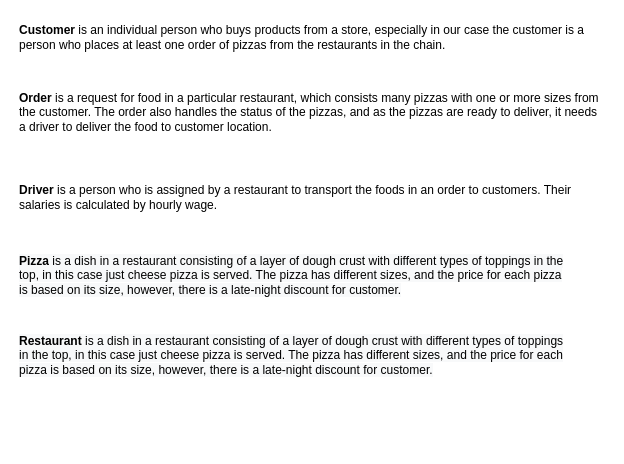
Before: page "Description" (2 of 4) of Project01.drawio in thanhnguyen210299/CSULB-CECS-323, a draw.io diagram. Source tidied: cells renumbered, new cells numbered last; positions are measured from the earlier drawing's top-left corner, leaving out a move shared by most shapes. Both pictures are drawn from the tidied source at 100%, with x=0, y=0 at pixel (17, 17).
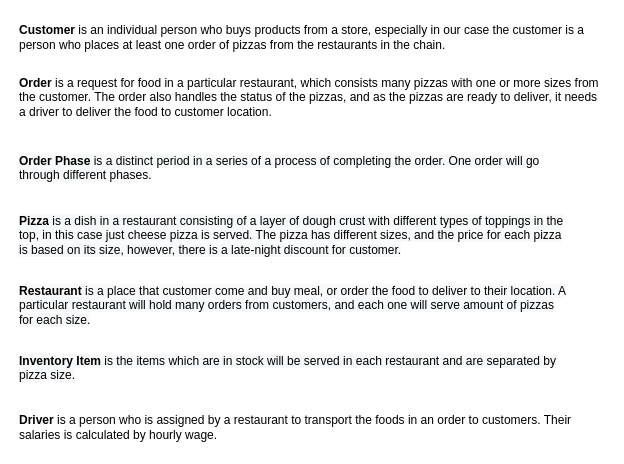
The same diagram, later.

The edit, as a diff of the source:
```diff
@@
 <mxGraphModel>
   <root>
     <mxCell id="0" />
     <mxCell id="1" parent="0" />
     <mxCell id="2" value="&lt;b&gt;Customer&lt;/b&gt; is an individual person who buys products from a store, especially in our case the customer is a person who places at least one order of pizzas from the restaurants in the chain." style="text;html=1;strokeColor=none;fillColor=none;align=left;verticalAlign=middle;whiteSpace=wrap;rounded=0;" parent="1" vertex="1">
       <mxGeometry width="590" height="40" as="geometry" />
     </mxCell>
     <mxCell id="3" value="&lt;b&gt;Order &lt;/b&gt;is a request for food in a particular restaurant, which consists many pizzas with one or more sizes from the customer. The order also handles the status of the pizzas, and as the pizzas are ready to deliver, it needs a driver to deliver the food to customer location." style="text;html=1;strokeColor=none;fillColor=none;align=left;verticalAlign=middle;whiteSpace=wrap;rounded=0;" parent="1" vertex="1">
-      <mxGeometry y="70" width="590" height="50" as="geometry" />
+      <mxGeometry y="55.2" width="590" height="50" as="geometry" />
     </mxCell>
     <mxCell id="4" value="&lt;b&gt;Driver&amp;nbsp;&lt;/b&gt;is a person who is assigned by a restaurant to transport the foods in an order to customers. Their salaries is calculated by hourly wage." style="text;html=1;strokeColor=none;fillColor=none;align=left;verticalAlign=middle;whiteSpace=wrap;rounded=0;" parent="1" vertex="1">
-      <mxGeometry y="160" width="590" height="40" as="geometry" />
+      <mxGeometry y="390" width="590" height="40" as="geometry" />
     </mxCell>
     <mxCell id="5" value="&lt;b style=&quot;color: rgb(0 , 0 , 0) ; font-family: &amp;#34;helvetica&amp;#34; ; font-size: 12px ; font-style: normal ; letter-spacing: normal ; text-align: left ; text-indent: 0px ; text-transform: none ; word-spacing: 0px ; background-color: rgb(248 , 249 , 250)&quot;&gt;Pizza&amp;nbsp;&lt;/b&gt;&lt;span style=&quot;color: rgb(0 , 0 , 0) ; font-family: &amp;#34;helvetica&amp;#34; ; font-size: 12px ; font-style: normal ; font-weight: 400 ; letter-spacing: normal ; text-align: left ; text-indent: 0px ; text-transform: none ; word-spacing: 0px ; background-color: rgb(248 , 249 , 250) ; display: inline ; float: none&quot;&gt;is a dish in a restaurant consisting of a layer of dough crust with different types of toppings in the top, in this case just cheese pizza is served. The pizza has different sizes, and the price for each pizza is based on its size, however, there is a late-night discount for customer.&lt;/span&gt;" style="text;whiteSpace=wrap;html=1;" parent="1" vertex="1">
-      <mxGeometry y="230" width="550" height="40" as="geometry" />
+      <mxGeometry y="190" width="550" height="40" as="geometry" />
     </mxCell>
-    <mxCell id="6" value="&lt;b style=&quot;color: rgb(0 , 0 , 0) ; font-family: &amp;#34;helvetica&amp;#34; ; font-size: 12px ; font-style: normal ; letter-spacing: normal ; text-align: left ; text-indent: 0px ; text-transform: none ; word-spacing: 0px ; background-color: rgb(248 , 249 , 250)&quot;&gt;Restaurant&amp;nbsp;&lt;/b&gt;&lt;span style=&quot;color: rgb(0 , 0 , 0) ; font-family: &amp;#34;helvetica&amp;#34; ; font-size: 12px ; font-style: normal ; font-weight: 400 ; letter-spacing: normal ; text-align: left ; text-indent: 0px ; text-transform: none ; word-spacing: 0px ; background-color: rgb(248 , 249 , 250) ; display: inline ; float: none&quot;&gt;is a dish in a restaurant consisting of a layer of dough crust with different types of toppings in the top, in this case just cheese pizza is served. The pizza has different sizes, and the price for each pizza is based on its size, however, there is a late-night discount for customer.&lt;/span&gt;" style="text;whiteSpace=wrap;html=1;" parent="1" vertex="1">
-      <mxGeometry y="310" width="550" height="40" as="geometry" />
+    <mxCell id="6" value="&lt;b style=&quot;color: rgb(0 , 0 , 0) ; font-family: &amp;#34;helvetica&amp;#34; ; font-size: 12px ; font-style: normal ; letter-spacing: normal ; text-align: left ; text-indent: 0px ; text-transform: none ; word-spacing: 0px ; background-color: rgb(248 , 249 , 250)&quot;&gt;Restaurant&amp;nbsp;&lt;/b&gt;&lt;span style=&quot;color: rgb(0 , 0 , 0) ; font-family: &amp;#34;helvetica&amp;#34; ; font-size: 12px ; font-style: normal ; font-weight: 400 ; letter-spacing: normal ; text-align: left ; text-indent: 0px ; text-transform: none ; word-spacing: 0px ; background-color: rgb(248 , 249 , 250) ; display: inline ; float: none&quot;&gt;is a place that customer come and buy meal, or order the food to deliver to their location. A particular restaurant will hold many orders from customers, and each one will serve amount of pizzas for each size.&lt;/span&gt;" style="text;whiteSpace=wrap;html=1;" parent="1" vertex="1">
+      <mxGeometry y="260" width="550" height="40" as="geometry" />
     </mxCell>
+    <mxCell id="7" value="&lt;b style=&quot;color: rgb(0 , 0 , 0) ; font-family: &amp;#34;helvetica&amp;#34; ; font-size: 12px ; font-style: normal ; letter-spacing: normal ; text-align: left ; text-indent: 0px ; text-transform: none ; word-spacing: 0px ; background-color: rgb(248 , 249 , 250)&quot;&gt;Inventory Item&amp;nbsp;&lt;/b&gt;&lt;span style=&quot;color: rgb(0 , 0 , 0) ; font-family: &amp;#34;helvetica&amp;#34; ; font-size: 12px ; font-style: normal ; font-weight: 400 ; letter-spacing: normal ; text-align: left ; text-indent: 0px ; text-transform: none ; word-spacing: 0px ; background-color: rgb(248 , 249 , 250) ; display: inline ; float: none&quot;&gt;is the items which are in stock will be served in each restaurant and are separated by pizza size.&lt;/span&gt;" style="text;whiteSpace=wrap;html=1;" parent="1" vertex="1">
+      <mxGeometry y="330" width="550" height="40" as="geometry" />
+    </mxCell>
+    <mxCell id="8" value="&lt;b style=&quot;color: rgb(0 , 0 , 0) ; font-family: &amp;#34;helvetica&amp;#34; ; font-size: 12px ; font-style: normal ; letter-spacing: normal ; text-align: left ; text-indent: 0px ; text-transform: none ; word-spacing: 0px ; background-color: rgb(248 , 249 , 250)&quot;&gt;Order Phase&amp;nbsp;&lt;/b&gt;&lt;span style=&quot;color: rgb(0 , 0 , 0) ; font-family: &amp;#34;helvetica&amp;#34; ; font-size: 12px ; font-style: normal ; font-weight: 400 ; letter-spacing: normal ; text-align: left ; text-indent: 0px ; text-transform: none ; word-spacing: 0px ; background-color: rgb(248 , 249 , 250) ; display: inline ; float: none&quot;&gt;is a distinct period in a series of a process of completing the order. One order will go through different phases.&lt;/span&gt;" style="text;whiteSpace=wrap;html=1;" parent="1" vertex="1">
+      <mxGeometry y="130" width="550" height="40" as="geometry" />
+    </mxCell>
   </root>
 </mxGraphModel>
```
